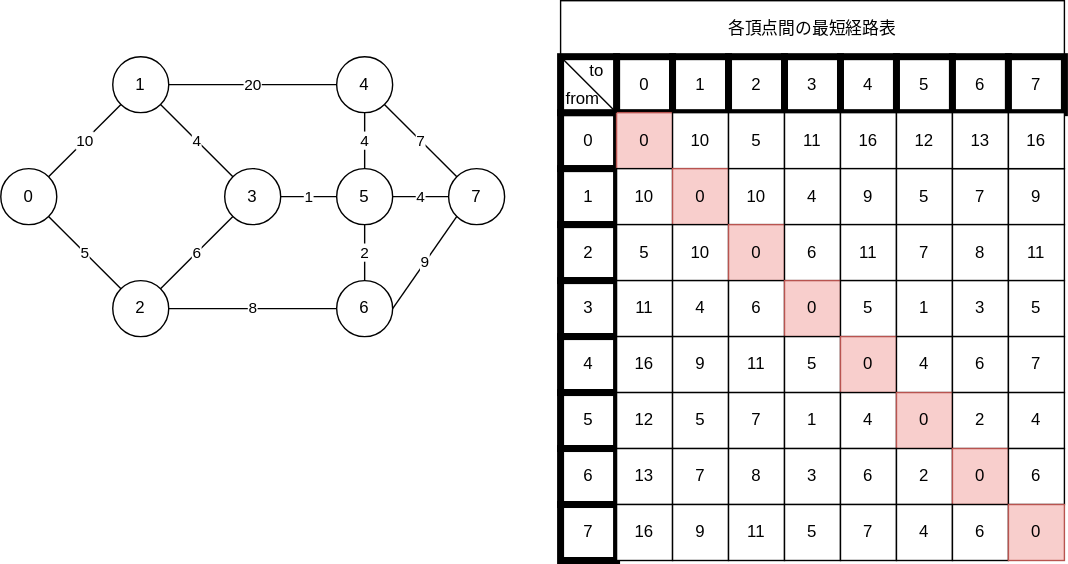
Earlier version of the draw.io export static/img/svg/Algorithm/warshall-floyd/warshall-floyd-10.drawio.svg (koseki2580/study-docs). Source tidied: cells renumbered, new cells last; positions are measured from the earlier drawing's top-left corner, leaving out a move shared by most shapes.
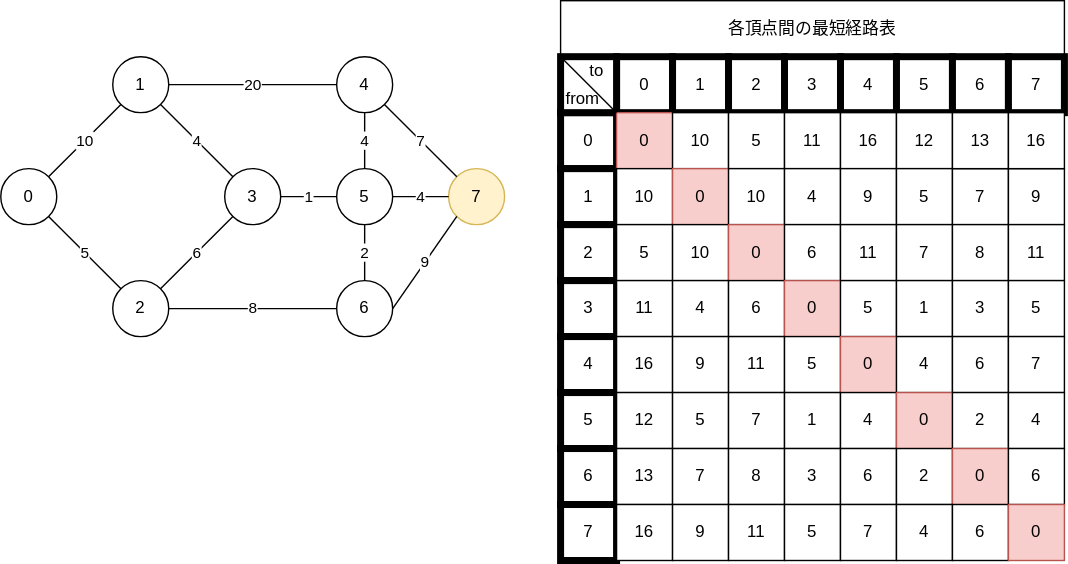
Later version of the same file.

What changed in the source:
```diff
@@ -23,7 +23,7 @@
     <mxCell id="8" value="4" style="ellipse;whiteSpace=wrap;html=1;" parent="1" vertex="1">
       <mxGeometry x="240" y="40" width="40" height="40" as="geometry" />
     </mxCell>
-    <mxCell id="9" value="7" style="ellipse;whiteSpace=wrap;html=1;" parent="1" vertex="1">
+    <mxCell id="9" value="7" style="ellipse;whiteSpace=wrap;html=1;fillColor=#fff2cc;strokeColor=#d6b656;" parent="1" vertex="1">
       <mxGeometry x="320" y="120" width="40" height="40" as="geometry" />
     </mxCell>
     <mxCell id="10" value="5" style="endArrow=none;html=1;exitX=1;exitY=1;exitDx=0;exitDy=0;entryX=0;entryY=0;entryDx=0;entryDy=0;" parent="1" edge="1" source="2" target="4">
```
